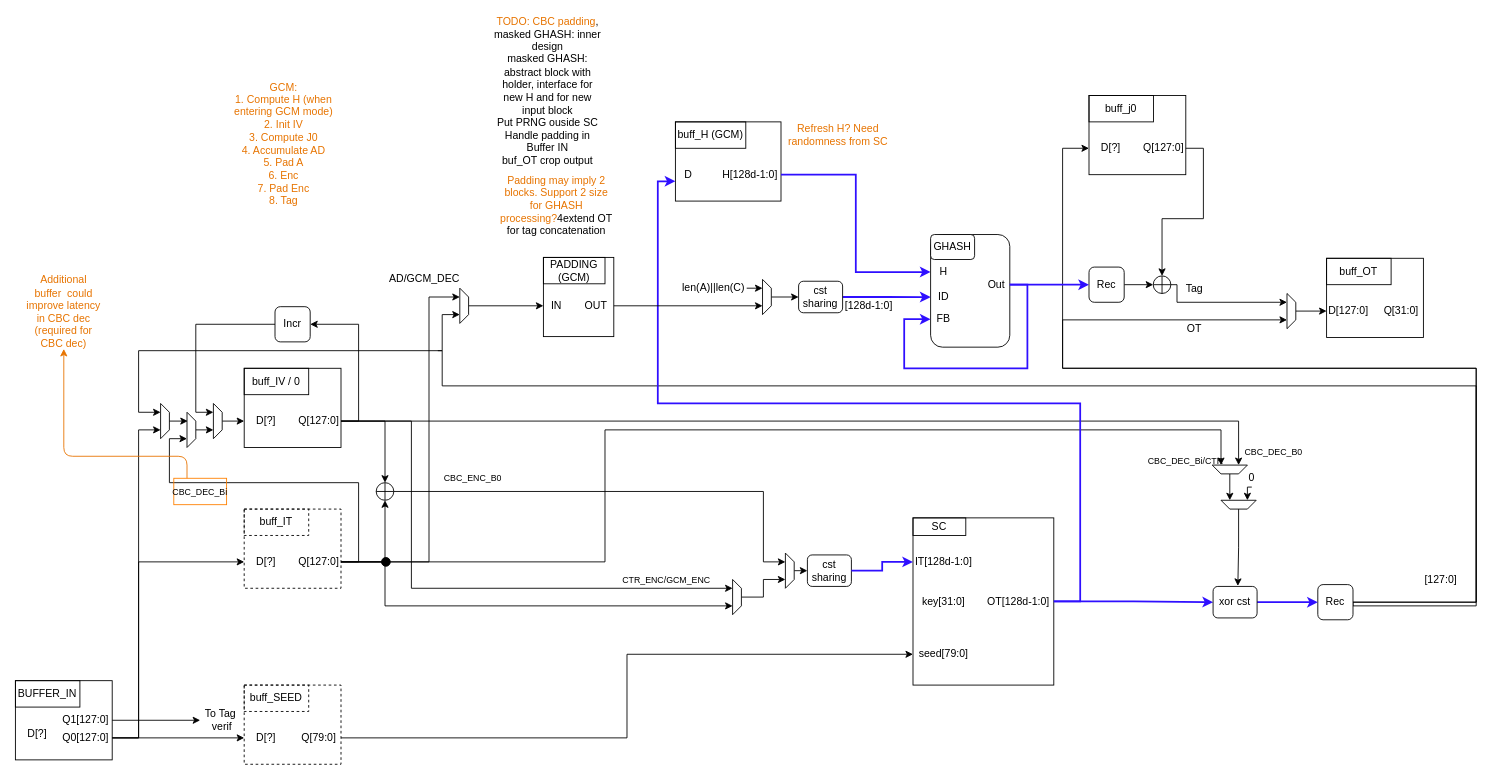
Earlier version of the draw.io diagram page "Page-2" (2 of 2) of dev/smaesh-mode-arch.drawio (simple-crypto/SMAesH). Source tidied: cells renumbered, new cells numbered last; positions are measured from the earlier drawing's top-left corner, leaving out a move shared by most shapes. Both pictures are drawn from the tidied source at 88%, with x=0, y=0 at pixel (15, 77).
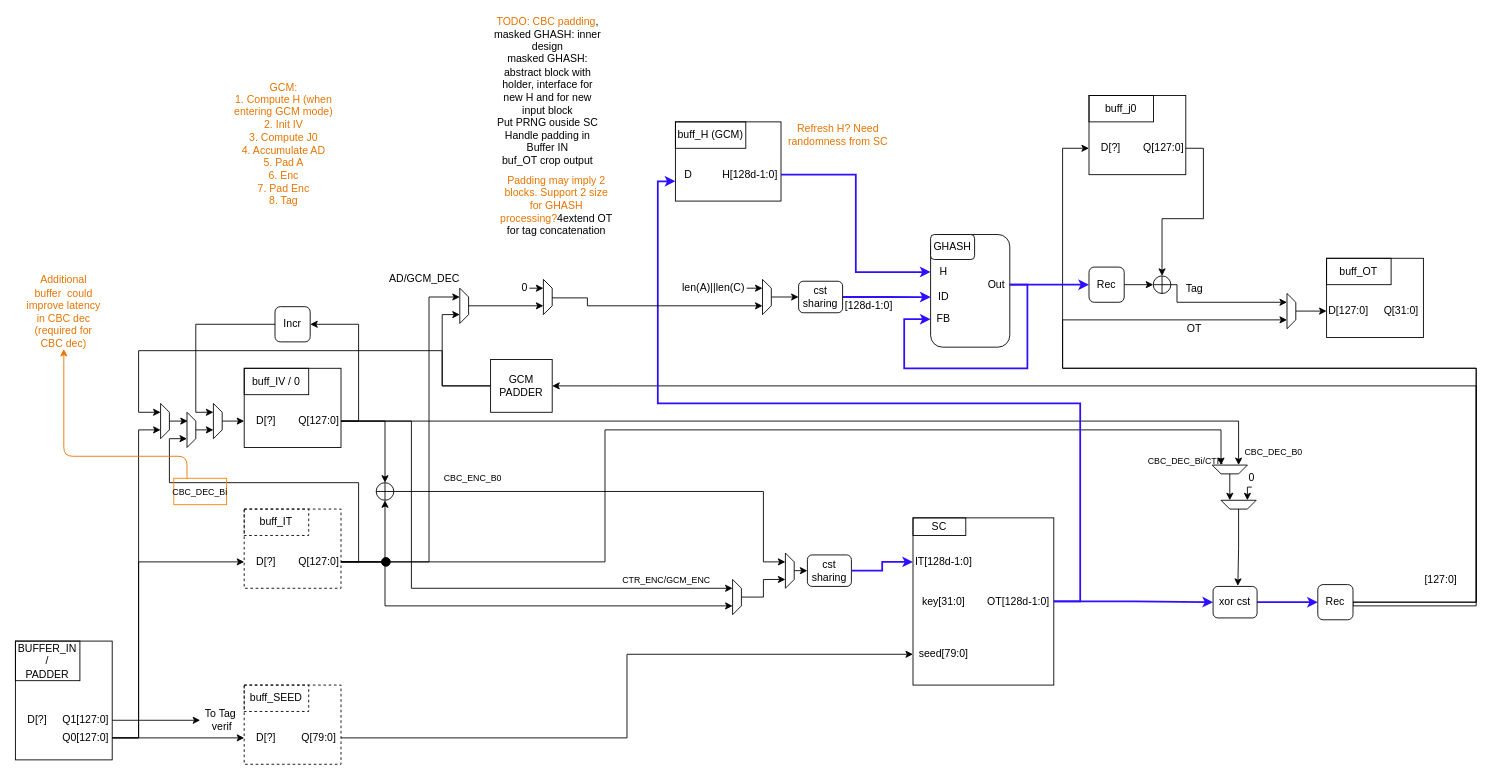
After the change.

Commit message:
small update in architecture for padding

Unchanged cells that the change refers to:
```xml
<mxCell id="32" value="Rec" style="rounded=1;whiteSpace=wrap;html=1;" parent="1" vertex="1">
  <mxGeometry x="1480" y="575.8" width="40" height="40" as="geometry" />
</mxCell>
<mxCell id="81" style="shape=trapezoid;perimeter=trapezoidPerimeter;whiteSpace=wrap;html=1;fixedSize=1;rotation=90;size=10;" parent="1" vertex="1">
  <mxGeometry x="490" y="254" width="40" height="10" as="geometry" />
</mxCell>
<mxCell id="87" style="shape=trapezoid;perimeter=trapezoidPerimeter;whiteSpace=wrap;html=1;fixedSize=1;rotation=90;size=10;" parent="1" vertex="1">
  <mxGeometry x="834" y="244" width="40" height="10" as="geometry" />
</mxCell>
<mxCell id="131" style="shape=trapezoid;perimeter=trapezoidPerimeter;whiteSpace=wrap;html=1;fixedSize=1;rotation=90;size=10;" parent="1" vertex="1">
  <mxGeometry x="150" y="385" width="40" height="10" as="geometry" />
</mxCell>
```

What changed in the source:
```diff
@@
-    <mxCell id="31" style="edgeStyle=orthogonalEdgeStyle;rounded=0;jettySize=auto;html=1;exitX=1;exitY=0.5;exitDx=0;exitDy=0;entryX=0.25;entryY=1;entryDx=0;entryDy=0;" parent="1" edge="1" source="32" target="131">
+    <mxCell id="31" style="edgeStyle=orthogonalEdgeStyle;rounded=0;jettySize=auto;html=1;exitX=1;exitY=0.5;exitDx=0;exitDy=0;entryX=0.25;entryY=1;entryDx=0;entryDy=0;" parent="1" edge="1" source="142" target="131">
       <mxGeometry relative="1" as="geometry">
         <Array as="points">
-          <mxPoint x="1660" y="596" />
-          <mxPoint x="1660" y="350" />
           <mxPoint x="485" y="350" />
           <mxPoint x="485" y="310" />
           <mxPoint x="140" y="310" />
           <mxPoint x="140" y="380" />
         </Array>
       </mxGeometry>
     </mxCell>
+    <mxCell id="139" style="edgeStyle=orthogonalEdgeStyle;rounded=0;jettySize=auto;html=1;exitX=1;exitY=0.5;exitDx=0;exitDy=0;entryX=1;entryY=0.5;entryDx=0;entryDy=0;" parent="1" edge="1" source="32" target="142">
+      <mxGeometry relative="1" as="geometry">
+        <Array as="points">
+          <mxPoint x="1660" y="596" />
+          <mxPoint x="1660" y="350" />
+          <mxPoint x="680" y="350" />
+        </Array>
+      </mxGeometry>
+    </mxCell>
@@
-    <mxCell id="74" style="group;" parent="1" vertex="1">
-      <mxGeometry x="600" y="190" width="120" height="90" as="geometry" />
-    </mxCell>
-    <mxCell id="75" style="rounded=0;whiteSpace=wrap;html=1;" parent="74" vertex="1">
-      <mxGeometry y="14" width="80" height="90" as="geometry" />
-    </mxCell>
-    <mxCell id="76" value="&lt;div&gt;PADDING&lt;br&gt;(GCM)&lt;/div&gt;" style="text;html=1;align=center;verticalAlign=middle;whiteSpace=wrap;rounded=0;strokeColor=default;" parent="74" vertex="1">
-      <mxGeometry y="14" width="70" height="30" as="geometry" />
-    </mxCell>
-    <mxCell id="77" value="IN" style="text;html=1;align=center;verticalAlign=middle;whiteSpace=wrap;rounded=0;" parent="74" vertex="1">
-      <mxGeometry y="54" width="30" height="30" as="geometry" />
-    </mxCell>
-    <mxCell id="78" value="OUT" style="text;html=1;align=center;verticalAlign=middle;whiteSpace=wrap;rounded=0;" parent="74" vertex="1">
-      <mxGeometry x="40" y="54" width="40" height="30" as="geometry" />
-    </mxCell>
-    <mxCell id="79" style="edgeStyle=orthogonalEdgeStyle;rounded=0;jettySize=auto;html=1;exitX=0.5;exitY=0;exitDx=0;exitDy=0;entryX=0;entryY=0.5;entryDx=0;entryDy=0;" parent="1" edge="1" source="81" target="77">
-      <mxGeometry relative="1" as="geometry" />
-    </mxCell>
-    <mxCell id="80" style="edgeStyle=orthogonalEdgeStyle;rounded=0;jettySize=auto;html=1;endArrow=none;endFill=0;startArrow=classic;startFill=1;exitX=0.75;exitY=1;exitDx=0;exitDy=0;" parent="1" edge="1" source="81">
-      <mxGeometry relative="1" as="geometry">
-        <mxPoint x="480" y="310" as="targetPoint" />
-        <Array as="points">
-          <mxPoint x="485" y="269" />
-        </Array>
-      </mxGeometry>
-    </mxCell>
+    <mxCell id="140" style="edgeStyle=orthogonalEdgeStyle;rounded=0;jettySize=auto;html=1;exitX=0.5;exitY=0;exitDx=0;exitDy=0;entryX=0.75;entryY=1;entryDx=0;entryDy=0;" parent="1" edge="1" source="81" target="143">
+      <mxGeometry relative="1" as="geometry" />
+    </mxCell>
@@
-    <mxCell id="88" style="edgeStyle=orthogonalEdgeStyle;rounded=0;jettySize=auto;html=1;exitX=1;exitY=0.5;exitDx=0;exitDy=0;entryX=0.75;entryY=1;entryDx=0;entryDy=0;" parent="1" edge="1" source="78" target="87">
-      <mxGeometry relative="1" as="geometry" />
+    <mxCell id="88" style="edgeStyle=orthogonalEdgeStyle;rounded=0;jettySize=auto;html=1;exitX=0.5;exitY=0;exitDx=0;exitDy=0;entryX=0.75;entryY=1;entryDx=0;entryDy=0;" parent="1" edge="1" source="143" target="87">
+      <mxGeometry relative="1" as="geometry">
+        <Array as="points">
+          <mxPoint x="650" y="250" />
+          <mxPoint x="650" y="259" />
+        </Array>
+      </mxGeometry>
     </mxCell>
@@
     <mxCell id="104" style="group;" parent="1" vertex="1">
-      <mxGeometry y="685" width="110" height="90" as="geometry" />
+      <mxGeometry y="640" width="110" height="135" as="geometry" />
     </mxCell>
     <mxCell id="105" style="rounded=0;whiteSpace=wrap;html=1;" parent="104" vertex="1">
-      <mxGeometry width="110" height="90" as="geometry" />
+      <mxGeometry width="110" height="135" as="geometry" />
     </mxCell>
-    <mxCell id="106" value="BUFFER_IN" style="text;html=1;align=center;verticalAlign=middle;whiteSpace=wrap;rounded=0;strokeColor=default;" parent="104" vertex="1">
-      <mxGeometry width="73.3" height="30" as="geometry" />
+    <mxCell id="106" value="BUFFER_IN&lt;br&gt;/&lt;br&gt;PADDER" style="text;html=1;align=center;verticalAlign=middle;whiteSpace=wrap;rounded=0;strokeColor=default;" parent="104" vertex="1">
+      <mxGeometry width="73.3" height="45" as="geometry" />
     </mxCell>
     <mxCell id="107" value="Q1[127:0]" style="text;html=1;align=center;verticalAlign=middle;whiteSpace=wrap;rounded=0;" parent="104" vertex="1">
-      <mxGeometry x="50" y="30" width="60" height="30" as="geometry" />
+      <mxGeometry x="50" y="67.5" width="60" height="45" as="geometry" />
     </mxCell>
     <mxCell id="108" value="D[?]" style="text;html=1;align=center;verticalAlign=middle;whiteSpace=wrap;rounded=0;" parent="104" vertex="1">
-      <mxGeometry y="45" width="50" height="30" as="geometry" />
+      <mxGeometry y="67.5" width="50" height="45" as="geometry" />
     </mxCell>
     <mxCell id="109" value="Q0[127:0]" style="text;html=1;align=center;verticalAlign=middle;whiteSpace=wrap;rounded=0;" parent="104" vertex="1">
-      <mxGeometry x="50" y="50" width="60" height="30" as="geometry" />
+      <mxGeometry x="50" y="87.5" width="60" height="45" as="geometry" />
     </mxCell>
@@
+    <mxCell id="141" style="edgeStyle=orthogonalEdgeStyle;rounded=0;jettySize=auto;html=1;exitX=0;exitY=0.5;exitDx=0;exitDy=0;entryX=0.75;entryY=1;entryDx=0;entryDy=0;" parent="1" edge="1" source="142" target="81">
+      <mxGeometry relative="1" as="geometry" />
+    </mxCell>
+    <mxCell id="142" value="GCM&lt;br&gt;PADDER" style="rounded=0;whiteSpace=wrap;html=1;" parent="1" vertex="1">
+      <mxGeometry x="540" y="320" width="70" height="60" as="geometry" />
+    </mxCell>
+    <mxCell id="143" style="shape=trapezoid;perimeter=trapezoidPerimeter;whiteSpace=wrap;html=1;fixedSize=1;rotation=90;size=10;" parent="1" vertex="1">
+      <mxGeometry x="585" y="244" width="40" height="10" as="geometry" />
+    </mxCell>
+    <mxCell id="144" style="edgeStyle=orthogonalEdgeStyle;rounded=0;jettySize=auto;html=1;exitX=1;exitY=0.5;exitDx=0;exitDy=0;entryX=0.25;entryY=1;entryDx=0;entryDy=0;" parent="1" edge="1" source="145" target="143">
+      <mxGeometry relative="1" as="geometry" />
+    </mxCell>
+    <mxCell id="145" value="0" style="text;html=1;align=center;verticalAlign=middle;whiteSpace=wrap;rounded=0;" parent="1" vertex="1">
+      <mxGeometry x="574" y="229" width="10" height="20" as="geometry" />
+    </mxCell>
```
